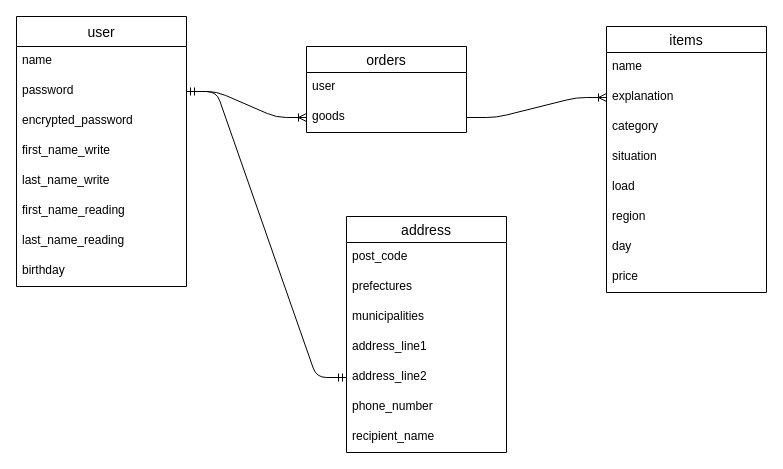
This is furima_er.dio from MyShip/furima-40937, a draw.io file, before an edit. Source tidied: cells renumbered, new cells numbered last; positions are measured from the earlier drawing's top-left corner, leaving out a move shared by most shapes. Both pictures are drawn from the tidied source at 100%, with x=0, y=0 at pixel (16, 16).
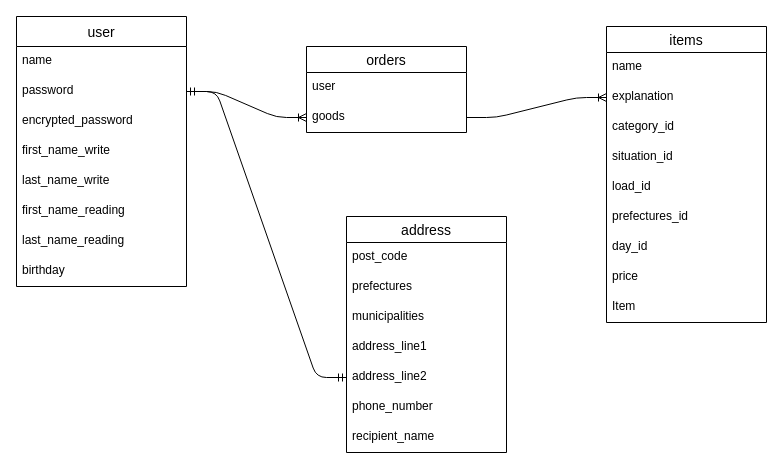
After the change.

What changed in the source:
```diff
@@
     <mxCell id="11" value="items" style="swimlane;fontStyle=0;horizontal=1;startSize=26;align=center;fontSize=14;" parent="1" vertex="1">
-      <mxGeometry x="590" y="10" width="160" height="266" as="geometry" />
+      <mxGeometry x="590" y="10" width="160" height="296" as="geometry" />
     </mxCell>
@@
-    <mxCell id="14" value="category " style="text;strokeColor=none;fillColor=none;spacingLeft=4;spacingRight=4;overflow=hidden;fontSize=12;" parent="11" vertex="1">
+    <mxCell id="14" value="category_id" style="text;strokeColor=none;fillColor=none;spacingLeft=4;spacingRight=4;overflow=hidden;fontSize=12;" parent="11" vertex="1">
       <mxGeometry y="86" width="160" height="30" as="geometry" />
     </mxCell>
-    <mxCell id="15" value="situation" style="text;strokeColor=none;fillColor=none;spacingLeft=4;spacingRight=4;overflow=hidden;fontSize=12;" parent="11" vertex="1">
+    <mxCell id="15" value="situation_id&#10;" style="text;strokeColor=none;fillColor=none;spacingLeft=4;spacingRight=4;overflow=hidden;fontSize=12;" parent="11" vertex="1">
       <mxGeometry y="116" width="160" height="30" as="geometry" />
     </mxCell>
-    <mxCell id="16" value="load " style="text;strokeColor=none;fillColor=none;spacingLeft=4;spacingRight=4;overflow=hidden;fontSize=12;" parent="11" vertex="1">
+    <mxCell id="16" value="load_id&#10;" style="text;strokeColor=none;fillColor=none;spacingLeft=4;spacingRight=4;overflow=hidden;fontSize=12;" parent="11" vertex="1">
       <mxGeometry y="146" width="160" height="30" as="geometry" />
     </mxCell>
-    <mxCell id="17" value="region  " style="text;strokeColor=none;fillColor=none;spacingLeft=4;spacingRight=4;overflow=hidden;fontSize=12;" parent="11" vertex="1">
+    <mxCell id="17" value="prefectures_id" style="text;strokeColor=none;fillColor=none;spacingLeft=4;spacingRight=4;overflow=hidden;fontSize=12;" parent="11" vertex="1">
       <mxGeometry y="176" width="160" height="30" as="geometry" />
     </mxCell>
-    <mxCell id="18" value="day " style="text;strokeColor=none;fillColor=none;spacingLeft=4;spacingRight=4;overflow=hidden;fontSize=12;" parent="11" vertex="1">
+    <mxCell id="18" value="day_id" style="text;strokeColor=none;fillColor=none;spacingLeft=4;spacingRight=4;overflow=hidden;fontSize=12;" parent="11" vertex="1">
       <mxGeometry y="206" width="160" height="30" as="geometry" />
     </mxCell>
@@
+    <mxCell id="34" value="Item" style="text;strokeColor=none;fillColor=none;spacingLeft=4;spacingRight=4;overflow=hidden;fontSize=12;" parent="11" vertex="1">
+      <mxGeometry y="266" width="160" height="30" as="geometry" />
+    </mxCell>
```
